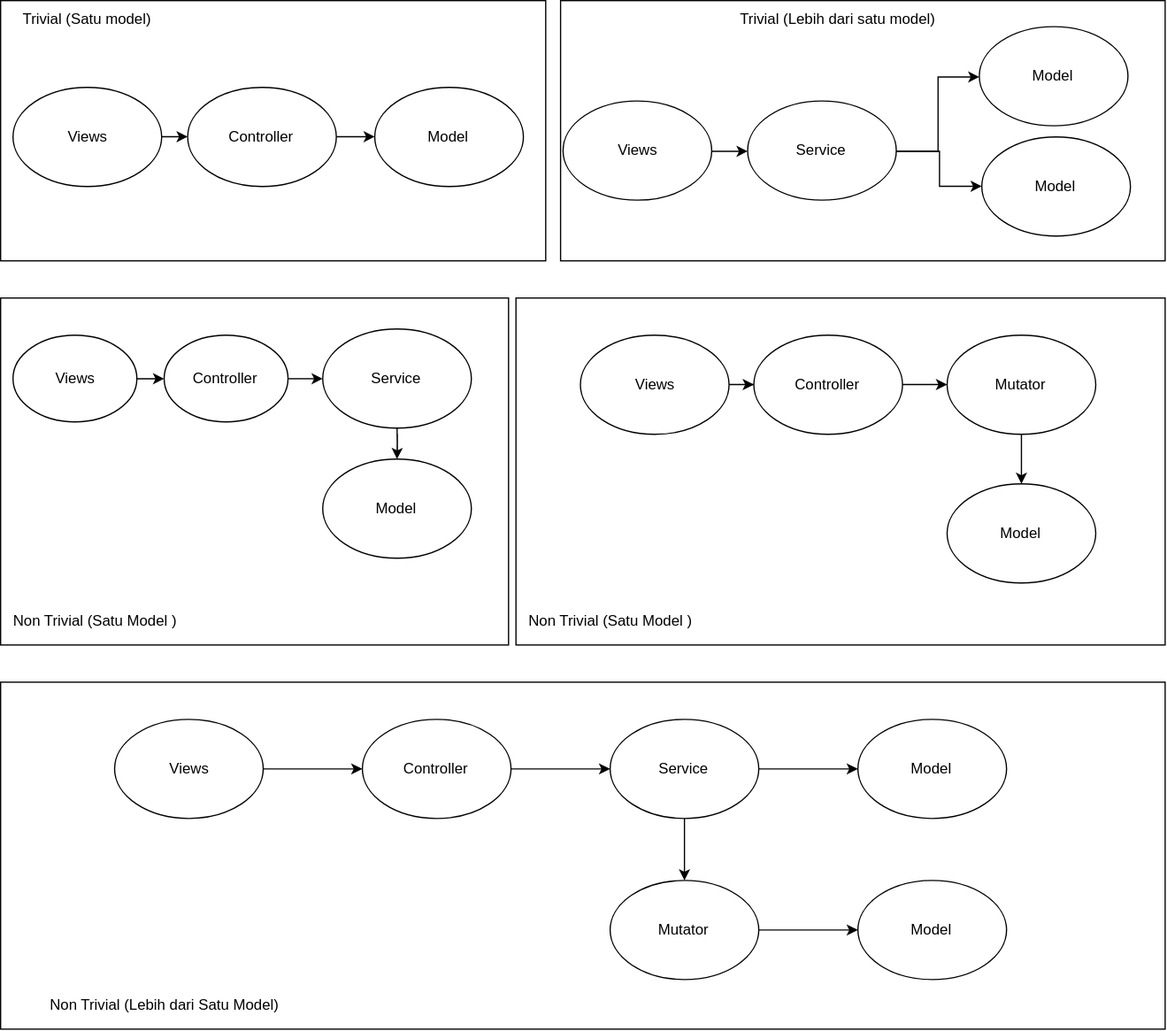
The draw.io diagram assets/mutator-relation.svg in philiplambok/philiplambok.github.io, before a commit. Source tidied: cells renumbered, new cells last; positions are measured from the earlier drawing's top-left corner, leaving out a move shared by most shapes.
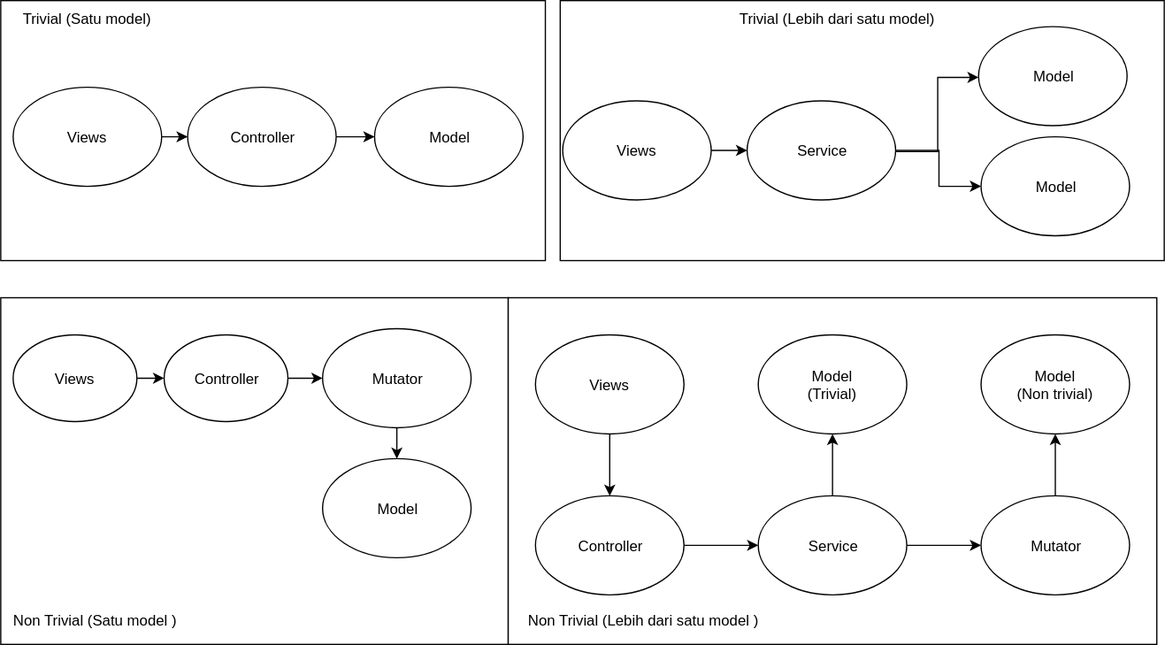
Above is the later version.

Change to the diagram source:
```diff
@@ -23,7 +23,7 @@
     <mxCell id="8" style="edgeStyle=orthogonalEdgeStyle;rounded=0;jettySize=auto;html=1;" parent="1" edge="1" source="9" target="10">
       <mxGeometry relative="1" as="geometry" />
     </mxCell>
-    <mxCell id="9" value="Service&lt;br&gt;" style="ellipse;whiteSpace=wrap;html=1;" parent="1" vertex="1">
+    <mxCell id="9" value="Mutator&lt;br&gt;" style="ellipse;whiteSpace=wrap;html=1;" parent="1" vertex="1">
       <mxGeometry x="260" y="265" width="120" height="80" as="geometry" />
     </mxCell>
     <mxCell id="10" value="Model&lt;br&gt;" style="ellipse;whiteSpace=wrap;html=1;" parent="1" vertex="1">
@@ -44,7 +44,7 @@
     <mxCell id="15" value="Model&lt;br&gt;" style="ellipse;whiteSpace=wrap;html=1;" parent="1" vertex="1">
       <mxGeometry x="302" y="70" width="120" height="80" as="geometry" />
     </mxCell>
-    <mxCell id="16" value="Non Trivial (Satu Model )" style="text;html=1;strokeColor=none;fillColor=none;align=center;verticalAlign=middle;whiteSpace=wrap;rounded=0;" parent="1" vertex="1">
+    <mxCell id="16" value="Non Trivial (Satu model )" style="text;html=1;strokeColor=none;fillColor=none;align=center;verticalAlign=middle;whiteSpace=wrap;rounded=0;" parent="1" vertex="1">
       <mxGeometry x="3" y="490" width="147" height="20" as="geometry" />
     </mxCell>
     <mxCell id="17" value="Trivial (Satu model)&lt;br&gt;&lt;br&gt;" style="text;html=1;strokeColor=none;fillColor=none;align=center;verticalAlign=middle;whiteSpace=wrap;rounded=0;" parent="1" vertex="1">
@@ -83,70 +83,43 @@
       <mxGeometry x="792" y="110" width="120" height="80" as="geometry" />
     </mxCell>
     <mxCell id="27" style="rounded=0;whiteSpace=wrap;html=1;" parent="1" vertex="1">
-      <mxGeometry x="416" y="240" width="524" height="280" as="geometry" />
+      <mxGeometry x="410" y="240" width="524" height="280" as="geometry" />
     </mxCell>
     <mxCell id="28" style="edgeStyle=orthogonalEdgeStyle;rounded=0;jettySize=auto;html=1;" parent="1" edge="1" source="29" target="31">
       <mxGeometry relative="1" as="geometry" />
     </mxCell>
     <mxCell id="29" value="Views&lt;br&gt;" style="ellipse;whiteSpace=wrap;html=1;" parent="1" vertex="1">
-      <mxGeometry x="468" y="270" width="120" height="80" as="geometry" />
+      <mxGeometry x="432" y="270" width="120" height="80" as="geometry" />
     </mxCell>
-    <mxCell id="30" style="edgeStyle=orthogonalEdgeStyle;rounded=0;jettySize=auto;html=1;" parent="1" edge="1" source="31" target="33">
+    <mxCell id="30" style="edgeStyle=orthogonalEdgeStyle;rounded=0;jettySize=auto;html=1;" parent="1" edge="1" source="34" target="33">
       <mxGeometry relative="1" as="geometry" />
     </mxCell>
     <mxCell id="31" value="Controller&lt;br&gt;" style="ellipse;whiteSpace=wrap;html=1;" parent="1" vertex="1">
-      <mxGeometry x="608" y="270" width="120" height="80" as="geometry" />
+      <mxGeometry x="432" y="400" width="120" height="80" as="geometry" />
     </mxCell>
-    <mxCell id="32" style="edgeStyle=orthogonalEdgeStyle;rounded=0;jettySize=auto;html=1;" parent="1" edge="1" source="33" target="34">
-      <mxGeometry relative="1" as="geometry" />
-    </mxCell>
+    <mxCell id="49" style="edgeStyle=orthogonalEdgeStyle;rounded=0;jettySize=auto;html=1;exitX=0.5;exitY=0;exitDx=0;exitDy=0;" parent="1" edge="1" source="33" target="52">
+      <mxGeometry relative="1" as="geometry" />
+    </mxCell>
     <mxCell id="33" value="Mutator&lt;br&gt;" style="ellipse;whiteSpace=wrap;html=1;" parent="1" vertex="1">
-      <mxGeometry x="764" y="270" width="120" height="80" as="geometry" />
+      <mxGeometry x="792" y="400" width="120" height="80" as="geometry" />
     </mxCell>
+    <mxCell id="35" value="Non Trivial (Lebih dari satu model )" style="text;html=1;strokeColor=none;fillColor=none;align=center;verticalAlign=middle;whiteSpace=wrap;rounded=0;" parent="1" vertex="1">
+      <mxGeometry x="419" y="490" width="201" height="20" as="geometry" />
+    </mxCell>
+    <mxCell id="50" style="edgeStyle=orthogonalEdgeStyle;rounded=0;jettySize=auto;html=1;exitX=0.5;exitY=0;exitDx=0;exitDy=0;" parent="1" edge="1" source="34" target="53">
+      <mxGeometry relative="1" as="geometry" />
+    </mxCell>
-    <mxCell id="34" value="Model&lt;br&gt;" style="ellipse;whiteSpace=wrap;html=1;" parent="1" vertex="1">
-      <mxGeometry x="764" y="390" width="120" height="80" as="geometry" />
+    <mxCell id="34" value="Service&lt;br&gt;" style="ellipse;whiteSpace=wrap;html=1;" parent="1" vertex="1">
+      <mxGeometry x="612" y="400" width="120" height="80" as="geometry" />
     </mxCell>
-    <mxCell id="35" value="Non Trivial (Satu Model )" style="text;html=1;strokeColor=none;fillColor=none;align=center;verticalAlign=middle;whiteSpace=wrap;rounded=0;" parent="1" vertex="1">
-      <mxGeometry x="419" y="490" width="147" height="20" as="geometry" />
-    </mxCell>
-    <mxCell id="36" style="rounded=0;whiteSpace=wrap;html=1;" parent="1" vertex="1">
-      <mxGeometry y="550" width="940" height="280" as="geometry" />
-    </mxCell>
-    <mxCell id="37" style="edgeStyle=orthogonalEdgeStyle;rounded=0;jettySize=auto;html=1;" parent="1" edge="1" source="38" target="40">
-      <mxGeometry relative="1" as="geometry" />
-    </mxCell>
-    <mxCell id="38" value="Views&lt;br&gt;" style="ellipse;whiteSpace=wrap;html=1;" parent="1" vertex="1">
-      <mxGeometry x="92" y="580" width="120" height="80" as="geometry" />
-    </mxCell>
-    <mxCell id="39" style="edgeStyle=orthogonalEdgeStyle;rounded=0;jettySize=auto;html=1;" parent="1" edge="1" source="40" target="43">
-      <mxGeometry relative="1" as="geometry" />
-    </mxCell>
-    <mxCell id="40" value="Controller&lt;br&gt;" style="ellipse;whiteSpace=wrap;html=1;" parent="1" vertex="1">
-      <mxGeometry x="292" y="580" width="120" height="80" as="geometry" />
-    </mxCell>
-    <mxCell id="41" style="edgeStyle=orthogonalEdgeStyle;rounded=0;jettySize=auto;html=1;" parent="1" edge="1" source="43" target="46">
-      <mxGeometry relative="1" as="geometry" />
-    </mxCell>
-    <mxCell id="42" style="edgeStyle=orthogonalEdgeStyle;rounded=0;jettySize=auto;html=1;" parent="1" edge="1" source="43" target="44">
-      <mxGeometry relative="1" as="geometry" />
-    </mxCell>
-    <mxCell id="43" value="Service&lt;br&gt;" style="ellipse;whiteSpace=wrap;html=1;" parent="1" vertex="1">
-      <mxGeometry x="492" y="580" width="120" height="80" as="geometry" />
-    </mxCell>
-    <mxCell id="44" value="Model&lt;br&gt;" style="ellipse;whiteSpace=wrap;html=1;" parent="1" vertex="1">
-      <mxGeometry x="692" y="580" width="120" height="80" as="geometry" />
-    </mxCell>
-    <mxCell id="45" style="edgeStyle=orthogonalEdgeStyle;rounded=0;jettySize=auto;html=1;" parent="1" edge="1" source="46" target="47">
-      <mxGeometry relative="1" as="geometry" />
-    </mxCell>
-    <mxCell id="46" value="Mutator&lt;br&gt;" style="ellipse;whiteSpace=wrap;html=1;" parent="1" vertex="1">
-      <mxGeometry x="492" y="710" width="120" height="80" as="geometry" />
-    </mxCell>
-    <mxCell id="47" value="Model&lt;br&gt;" style="ellipse;whiteSpace=wrap;html=1;" parent="1" vertex="1">
-      <mxGeometry x="692" y="710" width="120" height="80" as="geometry" />
-    </mxCell>
-    <mxCell id="48" value="Non Trivial (Lebih dari Satu Model)" style="text;html=1;strokeColor=none;fillColor=none;align=center;verticalAlign=middle;whiteSpace=wrap;rounded=0;" parent="1" vertex="1">
-      <mxGeometry x="25" y="800" width="215" height="20" as="geometry" />
-    </mxCell>
+    <mxCell id="51" style="edgeStyle=orthogonalEdgeStyle;rounded=0;jettySize=auto;html=1;" parent="1" edge="1" source="31" target="34">
+      <mxGeometry relative="1" as="geometry" />
+    </mxCell>
+    <mxCell id="52" value="Model&lt;br&gt;(Non trivial)&lt;br&gt;" style="ellipse;whiteSpace=wrap;html=1;" parent="1" vertex="1">
+      <mxGeometry x="792" y="270" width="120" height="80" as="geometry" />
+    </mxCell>
+    <mxCell id="53" value="Model&lt;br&gt;(Trivial)&lt;br&gt;" style="ellipse;whiteSpace=wrap;html=1;" parent="1" vertex="1">
+      <mxGeometry x="612" y="270" width="120" height="80" as="geometry" />
+    </mxCell>
   </root>
 </mxGraphModel>
```
